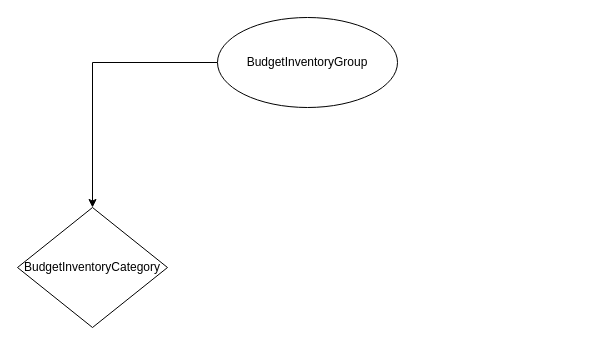
This is Başlıksız Diyagram.drawio from Kadirayd/Karatas1, a draw.io file, before an edit. Source tidied: cells renumbered, new cells numbered last; positions are measured from the earlier drawing's top-left corner, leaving out a move shared by most shapes. Both pictures are drawn from the tidied source at 100%, with x=0, y=0 at pixel (17, 17).
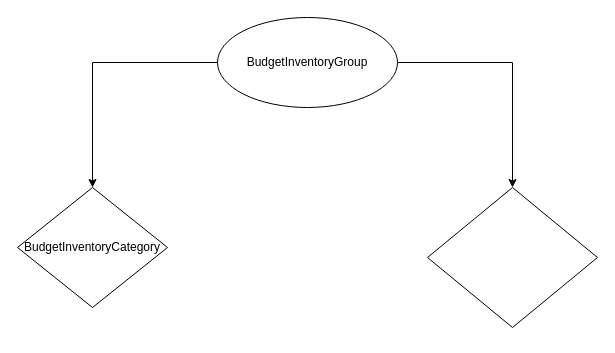
Above is the later version.

Change to the diagram source:
```diff
@@
 <mxGraphModel>
   <root>
     <mxCell id="0" />
     <mxCell id="1" parent="0" />
     <mxCell id="2" style="edgeStyle=orthogonalEdgeStyle;rounded=0;jettySize=auto;html=1;" parent="1" edge="1" source="3" target="4">
       <mxGeometry relative="1" as="geometry" />
     </mxCell>
+    <mxCell id="5" style="edgeStyle=orthogonalEdgeStyle;rounded=0;jettySize=auto;html=1;" parent="1" edge="1" source="3" target="6">
+      <mxGeometry relative="1" as="geometry" />
+    </mxCell>
-    <mxCell id="3" value="BudgetInventoryGroup" style="ellipse;whiteSpace=wrap;html=1;" parent="1" vertex="1">
+    <mxCell id="3" value="BudgetInventoryGroup" style="ellipse;whiteSpace=wrap;html=1;direction=west;" parent="1" vertex="1">
       <mxGeometry x="200" width="180" height="90" as="geometry" />
     </mxCell>
-    <mxCell id="4" value="BudgetInventoryCategory" style="rhombus;whiteSpace=wrap;html=1;" parent="1" vertex="1">
-      <mxGeometry y="190" width="150" height="120" as="geometry" />
+    <mxCell id="4" value="BudgetInventoryCategory" style="rhombus;whiteSpace=wrap;html=1;direction=east;" parent="1" vertex="1">
+      <mxGeometry y="170" width="150" height="120" as="geometry" />
     </mxCell>
+    <mxCell id="6" style="rhombus;whiteSpace=wrap;html=1;" parent="1" vertex="1">
+      <mxGeometry x="410" y="170" width="170" height="140" as="geometry" />
+    </mxCell>
+    <mxCell id="7" style="edgeStyle=orthogonalEdgeStyle;rounded=0;orthogonalLoop=1;jettySize=auto;html=1;exitX=0.5;exitY=1;exitDx=0;exitDy=0;" parent="1" edge="1" source="6" target="6">
+      <mxGeometry relative="1" as="geometry" />
+    </mxCell>
+    <mxCell id="8" style="edgeStyle=orthogonalEdgeStyle;rounded=0;orthogonalLoop=1;jettySize=auto;html=1;exitX=0.5;exitY=1;exitDx=0;exitDy=0;" parent="1" edge="1" source="6" target="6">
+      <mxGeometry relative="1" as="geometry" />
+    </mxCell>
   </root>
 </mxGraphModel>
```
